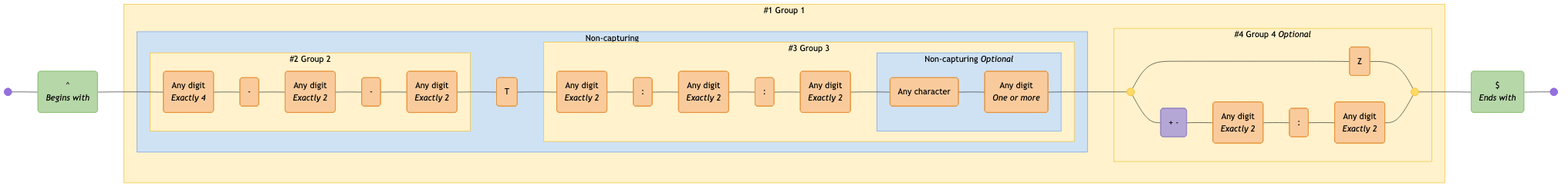
Before: diagrams/datetime-rfc3339.mermaid-diagram.png, a diagram exported from Mermaid (tayles/regex-to-mermaid). Its source is kept beside it as diagrams/datetime-rfc3339.mermaid.
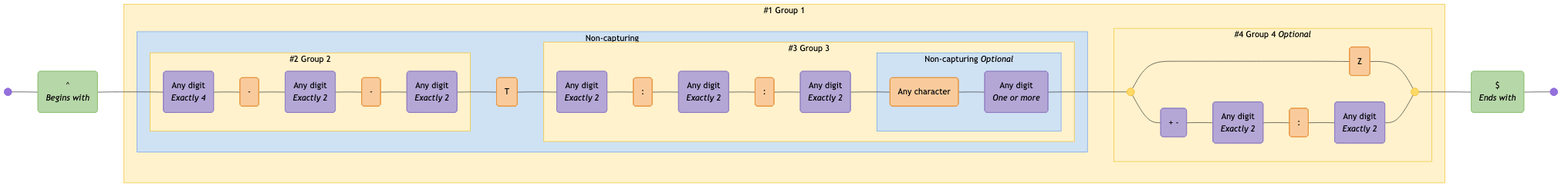
The same file after the commit.

Diff of the diagram source:
```diff
@@ -1,69 +1,69 @@
 graph LR
   accTitle: "Regex: /^((?:(\\d{4}-\\d{2}-\\d{2})T(\\d{2}:\\d{2}:\\d{2}(?:\\.\\d+)?))(Z|[\\+-]\\d{2}:\\d{2})?)$/gm"
-  accDescr: "Generated with regex-to-mermaid@1.0.4"
+  accDescr: "Generated with regex-to-mermaid@1.1.0"
 
   start@{ shape: f-circ };
   fin@{ shape: f-circ };
   assertion_1("^<br><i>Begins with</i>"):::assertion;
-  literal_1("Any digit<br><i>Exactly 4</i>"):::literal;
+  char_class_1("Any digit<br><i>Exactly 4</i>"):::char-class;
+  literal_1("-"):::literal;
+  char_class_2("Any digit<br><i>Exactly 2</i>"):::char-class;
   literal_2("-"):::literal;
-  literal_3("Any digit<br><i>Exactly 2</i>"):::literal;
-  literal_4("-"):::literal;
-  literal_5("Any digit<br><i>Exactly 2</i>"):::literal;
-  literal_6("T"):::literal;
-  literal_7("Any digit<br><i>Exactly 2</i>"):::literal;
-  literal_8(":"):::literal;
-  literal_9("Any digit<br><i>Exactly 2</i>"):::literal;
-  literal_10(":"):::literal;
-  literal_11("Any digit<br><i>Exactly 2</i>"):::literal;
-  literal_12("Any character"):::literal;
-  literal_13("Any digit<br><i>One or more</i>"):::literal;
+  char_class_3("Any digit<br><i>Exactly 2</i>"):::char-class;
+  literal_3("T"):::literal;
+  char_class_4("Any digit<br><i>Exactly 2</i>"):::char-class;
+  literal_4(":"):::literal;
+  char_class_5("Any digit<br><i>Exactly 2</i>"):::char-class;
+  literal_5(":"):::literal;
+  char_class_6("Any digit<br><i>Exactly 2</i>"):::char-class;
+  literal_6("Any character"):::literal;
+  char_class_7("Any digit<br><i>One or more</i>"):::char-class;
   disjunction_begin_1:::disjunction@{ shape: f-circ };
   disjunction_end_1:::disjunction@{ shape: f-circ };
-  literal_14("Z"):::literal;
-  char_class_1("+ -"):::char-class;
-  literal_15("Any digit<br><i>Exactly 2</i>"):::literal;
-  literal_16(":"):::literal;
-  literal_17("Any digit<br><i>Exactly 2</i>"):::literal;
+  literal_7("Z"):::literal;
+  char_class_8("\+ -"):::char-class;
+  char_class_9("Any digit<br><i>Exactly 2</i>"):::char-class;
+  literal_8(":"):::literal;
+  char_class_10("Any digit<br><i>Exactly 2</i>"):::char-class;
   assertion_2("$<br><i>Ends with</i>"):::assertion;
 
   subgraph standard_2 ["#2 Group 2"]
+    char_class_1
     literal_1
+    char_class_2
     literal_2
-    literal_3
-    literal_4
-    literal_5
+    char_class_3
   end
 
   subgraph non_capturing_2 ["Non-capturing <i>Optional</i>"]
-    literal_12
-    literal_13
+    literal_6
+    char_class_7
   end
 
   subgraph standard_3 ["#3 Group 3"]
     non_capturing_2
-    literal_7
-    literal_8
-    literal_9
-    literal_10
-    literal_11
+    char_class_4
+    literal_4
+    char_class_5
+    literal_5
+    char_class_6
   end
 
   subgraph non_capturing_1 ["Non-capturing"]
     standard_2
     non_capturing_2
     standard_3
-    literal_6
+    literal_3
   end
 
   subgraph standard_4 ["#4 Group 4 <i>Optional</i>"]
     disjunction_begin_1
     disjunction_end_1
-    literal_14
-    char_class_1
-    literal_15
-    literal_16
-    literal_17
+    literal_7
+    char_class_8
+    char_class_9
+    literal_8
+    char_class_10
   end
 
   subgraph standard_1 ["#1 Group 1"]
@@ -75,34 +75,34 @@
   end
 
   start --- assertion_1;
-  assertion_1 --- literal_1;
-  literal_1 --- literal_2;
-  literal_2 --- literal_3;
-  literal_3 --- literal_4;
-  literal_4 --- literal_5;
-  literal_5 --- literal_6;
-  literal_6 --- literal_7;
-  literal_7 --- literal_8;
-  literal_8 --- literal_9;
-  literal_9 --- literal_10;
-  literal_10 --- literal_11;
-  literal_11 --- literal_12;
-  literal_12 --- literal_13;
-  literal_13 --- disjunction_begin_1;
-  disjunction_begin_1 --- literal_14;
-  literal_14 --- disjunction_end_1;
-  disjunction_begin_1 --- char_class_1;
-  char_class_1 --- literal_15;
-  literal_15 --- literal_16;
-  literal_16 --- literal_17;
-  literal_17 --- disjunction_end_1;
+  assertion_1 --- char_class_1;
+  char_class_1 --- literal_1;
+  literal_1 --- char_class_2;
+  char_class_2 --- literal_2;
+  literal_2 --- char_class_3;
+  char_class_3 --- literal_3;
+  literal_3 --- char_class_4;
+  char_class_4 --- literal_4;
+  literal_4 --- char_class_5;
+  char_class_5 --- literal_5;
+  literal_5 --- char_class_6;
+  char_class_6 --- literal_6;
+  literal_6 --- char_class_7;
+  char_class_7 --- disjunction_begin_1;
+  disjunction_begin_1 --- literal_7;
+  literal_7 --- disjunction_end_1;
+  disjunction_begin_1 --- char_class_8;
+  char_class_8 --- char_class_9;
+  char_class_9 --- literal_8;
+  literal_8 --- char_class_10;
+  char_class_10 --- disjunction_end_1;
   disjunction_end_1 --- assertion_2;
   assertion_2 --- fin;
 
   classDef assertion fill:#B6D7A8,stroke:#93C47D,color:#000000;
+  classDef char-class fill:#B4A7D6,stroke:#8E7CC3,color:#000000;
   classDef literal fill:#F9CB9C,stroke:#E69138,color:#000000;
   classDef disjunction fill:#FFD966,stroke:#F1C232,color:#000000;
-  classDef char-class fill:#B4A7D6,stroke:#8E7CC3,color:#000000;
 
   classDef standard fill:#FFF2CC,stroke:#F1C232,color:#000000;
   classDef non-capturing fill:#CFE2F3,stroke:#6D9EEB,color:#000000;
```
